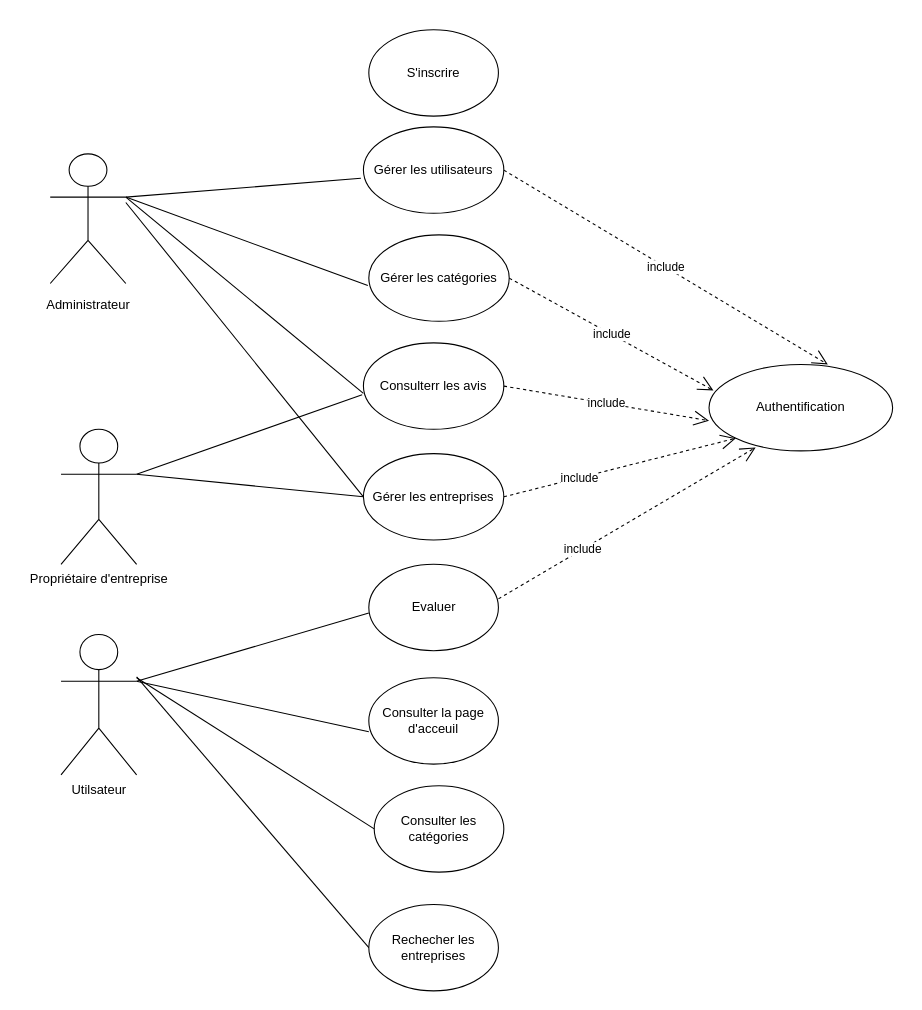
Before: Admin.drawio.drawio in Rahma3-sys/Searchgi, a draw.io diagram. Source tidied: cells renumbered, new cells numbered last; positions are measured from the earlier drawing's top-left corner, leaving out a move shared by most shapes. Both pictures are drawn from the tidied source at 108%, with x=0, y=0 at pixel (33, 29).
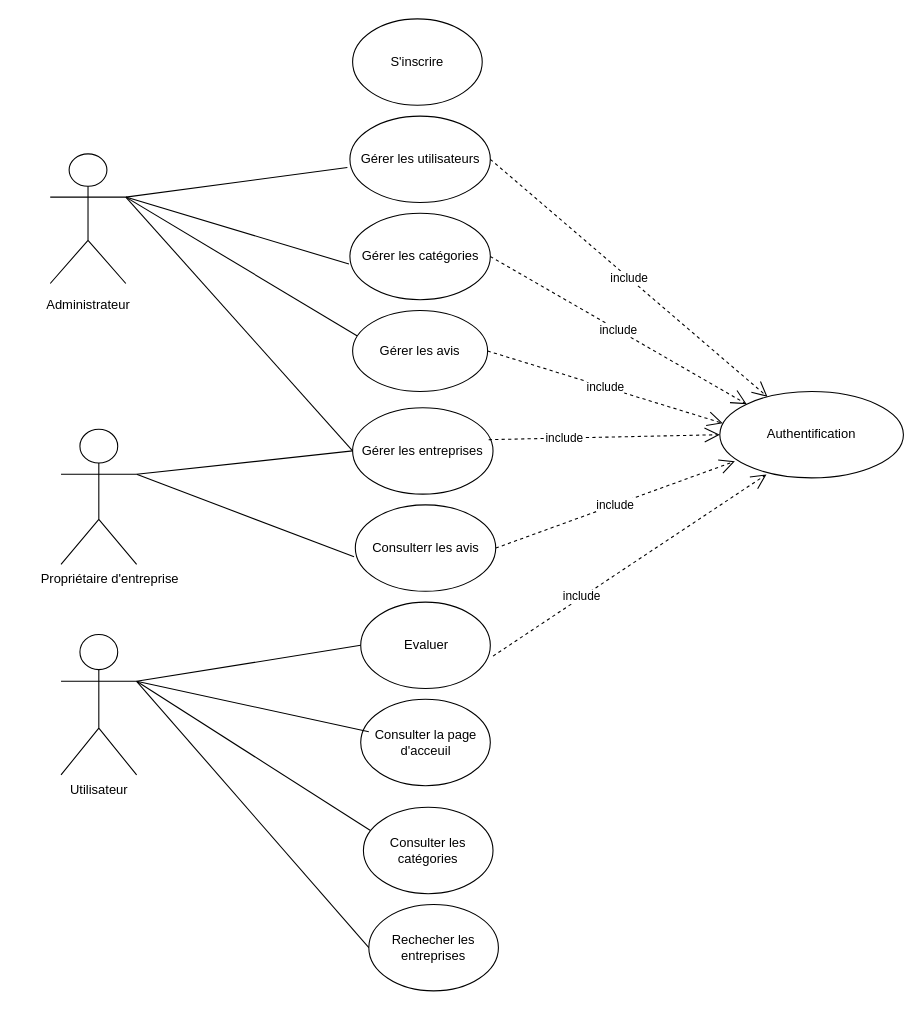
Above is the later version.

Commit message:
Mettre à jour Admin.drawio.drawio

Unchanged cells that the change refers to:
```xml
<mxCell id="2" style="shape=umlActor;verticalLabelPosition=bottom;verticalAlign=top;html=1;outlineConnect=0;" parent="1" vertex="1">
  <mxGeometry x="15" y="115" width="70" height="120" as="geometry" />
</mxCell>
<mxCell id="27" value="Rechecher les entreprises" style="ellipse;whiteSpace=wrap;html=1;" parent="1" vertex="1">
  <mxGeometry x="310" y="810" width="120" height="80" as="geometry" />
</mxCell>
```

Diff of the diagram source:
```diff
@@
     <mxCell id="3" value="Authentification" style="ellipse;whiteSpace=wrap;html=1;" parent="1" vertex="1">
-      <mxGeometry x="625" y="310" width="170" height="80" as="geometry" />
+      <mxGeometry x="635" y="335" width="170" height="80" as="geometry" />
     </mxCell>
     <mxCell id="4" value="Consulterr les avis" style="ellipse;whiteSpace=wrap;html=1;" parent="1" vertex="1">
-      <mxGeometry x="305" y="290" width="130" height="80" as="geometry" />
+      <mxGeometry x="297.5" y="440" width="130" height="80" as="geometry" />
     </mxCell>
     <mxCell id="5" value="Gérer les entreprises" style="ellipse;whiteSpace=wrap;html=1;" parent="1" vertex="1">
-      <mxGeometry x="305" y="392.5" width="130" height="80" as="geometry" />
+      <mxGeometry x="295" y="350" width="130" height="80" as="geometry" />
     </mxCell>
-    <mxCell id="6" value="include" style="endArrow=open;endSize=12;dashed=1;html=1;rounded=0;exitX=1;exitY=0.5;exitDx=0;exitDy=0;entryX=0;entryY=1;entryDx=0;entryDy=0;" parent="1" edge="1" source="5" target="3">
+    <mxCell id="6" value="include" style="endArrow=open;endSize=12;dashed=1;html=1;rounded=0;exitX=0.969;exitY=0.37;exitDx=0;exitDy=0;entryX=0;entryY=0.5;entryDx=0;entryDy=0;exitPerimeter=0;" parent="1" edge="1" source="5" target="3">
       <mxGeometry x="-0.35" relative="1" as="geometry" />
     </mxCell>
-    <mxCell id="7" value="include" style="endArrow=open;endSize=12;dashed=1;html=1;rounded=0;entryX=0;entryY=0.65;entryDx=0;entryDy=0;exitX=1;exitY=0.5;exitDx=0;exitDy=0;entryPerimeter=0;" parent="1" edge="1" source="4" target="3">
+    <mxCell id="7" value="include" style="endArrow=open;endSize=12;dashed=1;html=1;rounded=0;entryX=0.082;entryY=0.808;entryDx=0;entryDy=0;exitX=1;exitY=0.5;exitDx=0;exitDy=0;entryPerimeter=0;" parent="1" edge="1" source="4" target="3">
       <mxGeometry relative="1" as="geometry" />
     </mxCell>
@@
-    <mxCell id="9" style="endArrow=none;html=1;rounded=0;exitX=0;exitY=0.584;exitDx=0;exitDy=0;exitPerimeter=0;entryX=1;entryY=0.3333333333333333;entryDx=0;entryDy=0;entryPerimeter=0;" parent="1" edge="1" source="4" target="2">
+    <mxCell id="9" style="endArrow=none;html=1;rounded=0;entryX=1;entryY=0.3333333333333333;entryDx=0;entryDy=0;entryPerimeter=0;exitX=0.035;exitY=0.315;exitDx=0;exitDy=0;exitPerimeter=0;" parent="1" edge="1" source="32" target="2">
       <mxGeometry relative="1" as="geometry" />
     </mxCell>
-    <mxCell id="10" style="endArrow=none;html=1;rounded=0;entryX=0;entryY=0.5;entryDx=0;entryDy=0;" parent="1" edge="1" target="5">
-      <mxGeometry relative="1" as="geometry">
-        <mxPoint x="85" y="160" as="sourcePoint" />
-      </mxGeometry>
+    <mxCell id="10" style="endArrow=none;html=1;rounded=0;entryX=0;entryY=0.5;entryDx=0;entryDy=0;exitX=1;exitY=0.3333333333333333;exitDx=0;exitDy=0;exitPerimeter=0;" parent="1" edge="1" source="2" target="5">
+      <mxGeometry relative="1" as="geometry" />
     </mxCell>
     <mxCell id="11" value="Gérer les utilisateurs" style="ellipse;whiteSpace=wrap;html=1;" parent="1" vertex="1">
-      <mxGeometry x="305" y="90" width="130" height="80" as="geometry" />
+      <mxGeometry x="292.5" y="80" width="130" height="80" as="geometry" />
     </mxCell>
@@
     <mxCell id="13" value="Gérer les catégories" style="ellipse;whiteSpace=wrap;html=1;" parent="1" vertex="1">
-      <mxGeometry x="310" y="190" width="130" height="80" as="geometry" />
+      <mxGeometry x="292.5" y="170" width="130" height="80" as="geometry" />
     </mxCell>
@@
-    <mxCell id="15" value="include" style="endArrow=open;endSize=12;dashed=1;html=1;rounded=0;entryX=0.647;entryY=0;entryDx=0;entryDy=0;entryPerimeter=0;exitX=1;exitY=0.5;exitDx=0;exitDy=0;" parent="1" edge="1" source="11" target="3">
+    <mxCell id="15" value="include" style="endArrow=open;endSize=12;dashed=1;html=1;rounded=0;exitX=1;exitY=0.5;exitDx=0;exitDy=0;" parent="1" edge="1" source="11" target="3">
       <mxGeometry relative="1" as="geometry" />
     </mxCell>
-    <mxCell id="16" value="include" style="endArrow=open;endSize=12;dashed=1;html=1;rounded=0;exitX=1;exitY=0.5;exitDx=0;exitDy=0;entryX=0.024;entryY=0.3;entryDx=0;entryDy=0;entryPerimeter=0;" parent="1" edge="1" source="13" target="3">
+    <mxCell id="16" value="include" style="endArrow=open;endSize=12;dashed=1;html=1;rounded=0;exitX=1;exitY=0.5;exitDx=0;exitDy=0;entryX=0;entryY=0;entryDx=0;entryDy=0;" parent="1" edge="1" source="13" target="3">
       <mxGeometry relative="1" as="geometry" />
     </mxCell>
-    <mxCell id="17" value="Propriétaire d'entreprise" style="shape=umlActor;verticalLabelPosition=bottom;verticalAlign=top;html=1;outlineConnect=0;" parent="1" vertex="1">
+    <mxCell id="17" value="&amp;nbsp; &amp;nbsp; &amp;nbsp; Propriétaire d'entreprise" style="shape=umlActor;verticalLabelPosition=bottom;verticalAlign=top;html=1;outlineConnect=0;" parent="1" vertex="1">
       <mxGeometry x="25" y="370" width="70" height="125" as="geometry" />
     </mxCell>
-    <mxCell id="18" value="Utilsateur" style="shape=umlActor;verticalLabelPosition=bottom;verticalAlign=top;html=1;outlineConnect=0;" parent="1" vertex="1">
+    <mxCell id="18" value="Utilisateur" style="shape=umlActor;verticalLabelPosition=bottom;verticalAlign=top;html=1;outlineConnect=0;" parent="1" vertex="1">
       <mxGeometry x="25" y="560" width="70" height="130" as="geometry" />
     </mxCell>
@@
     <mxCell id="21" value="Consulter les catégories" style="ellipse;whiteSpace=wrap;html=1;" parent="1" vertex="1">
-      <mxGeometry x="315" y="700" width="120" height="80" as="geometry" />
+      <mxGeometry x="305" y="720" width="120" height="80" as="geometry" />
     </mxCell>
     <mxCell id="22" value="Consulter la page d'acceuil" style="ellipse;whiteSpace=wrap;html=1;" parent="1" vertex="1">
-      <mxGeometry x="310" y="600" width="120" height="80" as="geometry" />
+      <mxGeometry x="302.5" y="620" width="120" height="80" as="geometry" />
     </mxCell>
     <mxCell id="23" style="ellipse;whiteSpace=wrap;html=1;" parent="1" vertex="1">
-      <mxGeometry x="310" y="495" width="120" height="80" as="geometry" />
+      <mxGeometry x="302.5" y="530" width="120" height="80" as="geometry" />
     </mxCell>
     <mxCell id="24" value="Evaluer" style="text;html=1;align=center;verticalAlign=middle;strokeColor=none;fillColor=none;" parent="1" vertex="1">
-      <mxGeometry x="340" y="520" width="60" height="30" as="geometry" />
+      <mxGeometry x="332.5" y="555" width="60" height="30" as="geometry" />
     </mxCell>
-    <mxCell id="25" value="include" style="endArrow=open;endSize=12;dashed=1;html=1;rounded=0;exitX=1;exitY=0.5;exitDx=0;exitDy=0;entryX=0.254;entryY=0.96;entryDx=0;entryDy=0;entryPerimeter=0;" parent="1" edge="1" target="3">
+    <mxCell id="25" value="include" style="endArrow=open;endSize=12;dashed=1;html=1;rounded=0;entryX=0.254;entryY=0.96;entryDx=0;entryDy=0;entryPerimeter=0;" parent="1" edge="1" target="3">
       <mxGeometry x="-0.35" relative="1" as="geometry">
-        <mxPoint x="430" y="527" as="sourcePoint" />
+        <mxPoint x="425" y="580" as="sourcePoint" />
       </mxGeometry>
     </mxCell>
     <mxCell id="26" value="S'inscrire" style="ellipse;whiteSpace=wrap;html=1;" parent="1" vertex="1">
-      <mxGeometry x="310" width="120" height="80" as="geometry" />
+      <mxGeometry x="295" y="-10" width="120" height="80" as="geometry" />
     </mxCell>
@@
-    <mxCell id="28" style="endArrow=none;html=1;rounded=0;entryX=0;entryY=0.5;entryDx=0;entryDy=0;" parent="1" edge="1" target="27">
-      <mxGeometry relative="1" as="geometry">
-        <mxPoint x="95" y="599.3" as="sourcePoint" />
-      </mxGeometry>
+    <mxCell id="28" style="endArrow=none;html=1;rounded=0;entryX=0;entryY=0.5;entryDx=0;entryDy=0;exitX=1;exitY=0.3333333333333333;exitDx=0;exitDy=0;exitPerimeter=0;" parent="1" edge="1" source="18" target="27">
+      <mxGeometry relative="1" as="geometry" />
     </mxCell>
-    <mxCell id="29" style="endArrow=none;html=1;rounded=0;" parent="1" edge="1">
-      <mxGeometry relative="1" as="geometry">
-        <mxPoint x="95" y="600" as="sourcePoint" />
-        <mxPoint x="315" y="740" as="targetPoint" />
-      </mxGeometry>
+    <mxCell id="29" style="endArrow=none;html=1;rounded=0;exitX=1;exitY=0.3333333333333333;exitDx=0;exitDy=0;exitPerimeter=0;entryX=0.054;entryY=0.269;entryDx=0;entryDy=0;entryPerimeter=0;" parent="1" edge="1" source="18" target="21">
+      <mxGeometry relative="1" as="geometry" />
     </mxCell>
@@
-    <mxCell id="31" style="endArrow=none;html=1;rounded=0;exitX=1;exitY=0.3333333333333333;exitDx=0;exitDy=0;exitPerimeter=0;" parent="1" edge="1" source="18">
-      <mxGeometry relative="1" as="geometry">
-        <mxPoint x="310" y="540" as="targetPoint" />
-      </mxGeometry>
+    <mxCell id="31" style="endArrow=none;html=1;rounded=0;exitX=1;exitY=0.3333333333333333;exitDx=0;exitDy=0;exitPerimeter=0;entryX=0;entryY=0.5;entryDx=0;entryDy=0;" parent="1" edge="1" source="18" target="23">
+      <mxGeometry relative="1" as="geometry" />
     </mxCell>
+    <mxCell id="32" value="Gérer les avis" style="ellipse;whiteSpace=wrap;html=1;" parent="1" vertex="1">
+      <mxGeometry x="295" y="260" width="125" height="75" as="geometry" />
+    </mxCell>
+    <mxCell id="33" value="include" style="endArrow=open;endSize=12;dashed=1;html=1;rounded=0;exitX=1;exitY=0.5;exitDx=0;exitDy=0;entryX=0.016;entryY=0.368;entryDx=0;entryDy=0;entryPerimeter=0;" parent="1" edge="1" source="32" target="3">
+      <mxGeometry relative="1" as="geometry" />
+    </mxCell>
```
